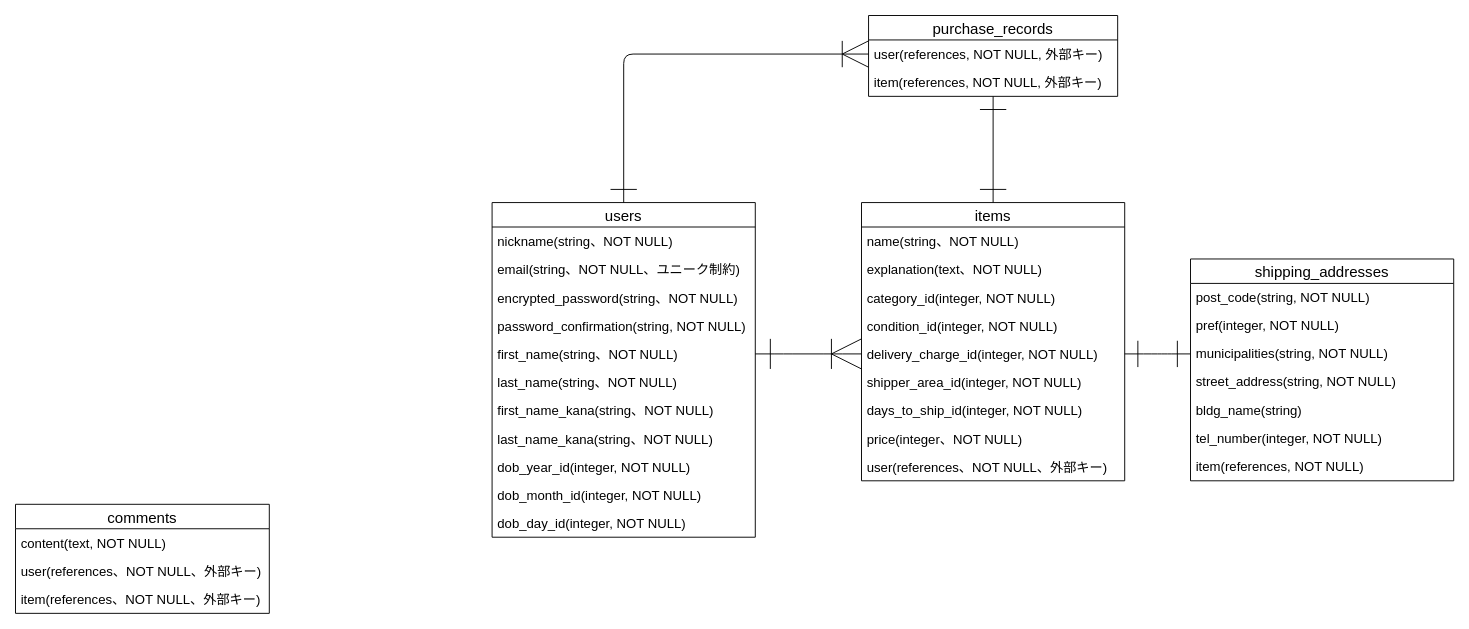
Above: furima.dio in KAZUbcda/furima-39612 (draw.io), before the change. Source tidied: cells renumbered, new cells numbered last; positions are measured from the earlier drawing's top-left corner, leaving out a move shared by most shapes. Both pictures are drawn from the tidied source at 94%, with x=0, y=0 at pixel (15, 15).
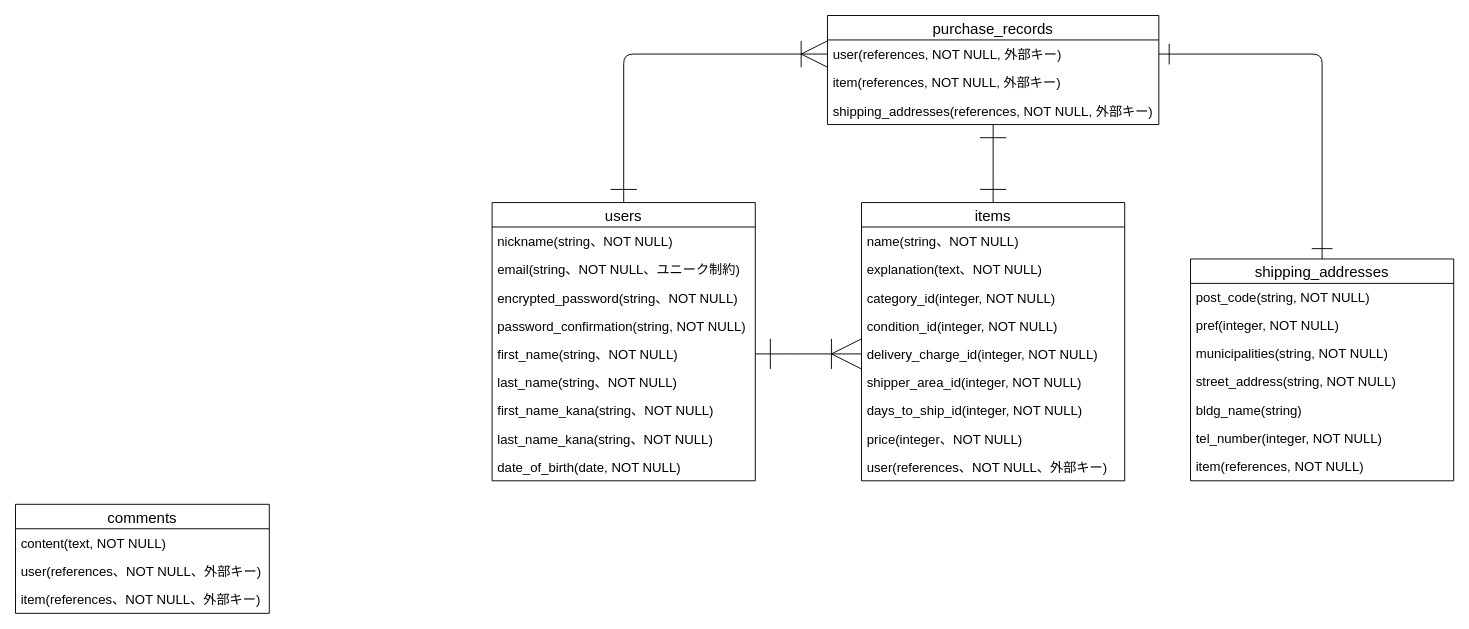
Above is the later version.

Commit message (it also covers changes not shown here):
ER図、READMEのコードレビュー3

Unchanged cells that the change refers to:
```xml
<mxCell id="19" value="delivery_charge_id(integer, NOT NULL)" style="text;strokeColor=none;fillColor=none;spacingLeft=4;spacingRight=4;overflow=hidden;points=[[0,0.5],[1,0.5]];portConstraint=eastwest;fontSize=14;verticalAlign=middle;" parent="14" vertex="1">
  <mxGeometry y="146" width="280" height="30" as="geometry" />
</mxCell>
<mxCell id="28" value="shipping_addresses" style="swimlane;fontStyle=0;horizontal=1;startSize=26;align=center;fontSize=16;" parent="1" vertex="1">
  <mxGeometry x="1250" y="259" width="280" height="236" as="geometry" />
</mxCell>
<mxCell id="31" value="municipalities(string, NOT NULL)" style="text;strokeColor=none;fillColor=none;spacingLeft=4;spacingRight=4;overflow=hidden;points=[[0,0.5],[1,0.5]];portConstraint=eastwest;fontSize=14;" parent="28" vertex="1">
  <mxGeometry y="86" width="280" height="30" as="geometry" />
</mxCell>
```

The edit, as a diff of the source:
```diff
@@
     <mxCell id="2" value="users" style="swimlane;fontStyle=0;horizontal=1;startSize=26;align=center;fontSize=16;verticalAlign=middle;" parent="1" vertex="1">
-      <mxGeometry x="507" y="199" width="280" height="356" as="geometry" />
+      <mxGeometry x="507" y="199" width="280" height="296" as="geometry" />
     </mxCell>
@@
-    <mxCell id="11" value="dob_year_id(integer, NOT NULL)" style="text;strokeColor=none;fillColor=none;spacingLeft=4;spacingRight=4;overflow=hidden;fontSize=14;verticalAlign=middle;" parent="2" vertex="1">
+    <mxCell id="11" value="date_of_birth(date, NOT NULL)" style="text;strokeColor=none;fillColor=none;spacingLeft=4;spacingRight=4;overflow=hidden;fontSize=14;verticalAlign=middle;" parent="2" vertex="1">
       <mxGeometry y="266" width="280" height="30" as="geometry" />
     </mxCell>
-    <mxCell id="12" value="dob_month_id(integer, NOT NULL)" style="text;strokeColor=none;fillColor=none;spacingLeft=4;spacingRight=4;overflow=hidden;fontSize=14;verticalAlign=middle;" parent="2" vertex="1">
-      <mxGeometry y="296" width="280" height="30" as="geometry" />
-    </mxCell>
-    <mxCell id="13" value="dob_day_id(integer, NOT NULL)" style="text;strokeColor=none;fillColor=none;spacingLeft=4;spacingRight=4;overflow=hidden;fontSize=14;verticalAlign=middle;" parent="2" vertex="1">
-      <mxGeometry y="326" width="280" height="30" as="geometry" />
-    </mxCell>
@@
-    <mxCell id="37" style="edgeStyle=entityRelationEdgeStyle;fontSize=12;html=1;endArrow=ERone;endFill=1;strokeColor=default;startSize=26;endSize=26;sourcePerimeterSpacing=0;elbow=vertical;exitX=1;exitY=0.5;exitDx=0;exitDy=0;entryX=0;entryY=0.5;entryDx=0;entryDy=0;startArrow=ERone;startFill=0;" parent="1" edge="1" source="19" target="31">
-      <mxGeometry relative="1" as="geometry" />
-    </mxCell>
     <mxCell id="38" value="purchase_records" style="swimlane;fontStyle=0;horizontal=1;startSize=26;align=center;fontSize=16;" parent="1" vertex="1">
-      <mxGeometry x="907.5" width="265" height="86" as="geometry" />
+      <mxGeometry x="863.8" width="352.5" height="116" as="geometry" />
     </mxCell>
     <mxCell id="39" value="user(references, NOT NULL, 外部キー)" style="text;strokeColor=none;fillColor=none;spacingLeft=4;spacingRight=4;overflow=hidden;points=[[0,0.5],[1,0.5]];portConstraint=eastwest;fontSize=14;verticalAlign=middle;" parent="38" vertex="1">
-      <mxGeometry y="26" width="265" height="30" as="geometry" />
+      <mxGeometry y="26" width="352.5" height="30" as="geometry" />
     </mxCell>
     <mxCell id="40" value="item(references, NOT NULL, 外部キー)" style="text;strokeColor=none;fillColor=none;spacingLeft=4;spacingRight=4;overflow=hidden;fontSize=14;verticalAlign=middle;" parent="38" vertex="1">
-      <mxGeometry y="56" width="265" height="30" as="geometry" />
+      <mxGeometry y="56" width="352.5" height="30" as="geometry" />
     </mxCell>
+    <mxCell id="43" value="shipping_addresses(references, NOT NULL, 外部キー)" style="text;strokeColor=none;fillColor=none;spacingLeft=4;spacingRight=4;overflow=hidden;fontSize=14;verticalAlign=middle;" parent="38" vertex="1">
+      <mxGeometry y="86" width="352.5" height="30" as="geometry" />
+    </mxCell>
@@
+    <mxCell id="44" style="edgeStyle=elbowEdgeStyle;fontSize=12;html=1;endArrow=ERone;endSize=20;endFill=0;startArrow=ERone;startFill=0;startSize=20;targetPerimeterSpacing=0;entryX=0.5;entryY=0;entryDx=0;entryDy=0;exitX=1;exitY=0.5;exitDx=0;exitDy=0;" parent="1" edge="1" source="39" target="28">
+      <mxGeometry relative="1" as="geometry">
+        <Array as="points">
+          <mxPoint x="1390" y="190" />
+        </Array>
+      </mxGeometry>
+    </mxCell>
```
